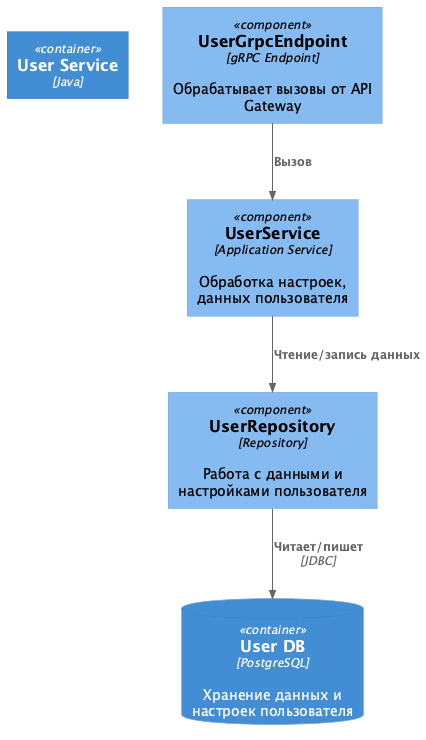
Above: docs/diagrams/component/UserService_Component.png in vladislavego/architecture-warmhouse (PlantUML), before the change. Its diagram source:
```plantuml
@startuml UserService_Component
!includeurl https://raw.githubusercontent.com/plantuml-stdlib/C4-PlantUML/master/C4_Component.puml

Container(userService, "User Service", "Java")

Component(api, "UserGrpcEndpoint", "gRPC Endpoint", "Обрабатывает вызовы от API Gateway")
Component(service, "UserService", "Application Service", "Обработка настроек, данных пользователя")
Component(repo, "UserRepository", "Repository", "Работа с данными и настройками пользователя")
ContainerDb(userDb, "User DB", "PostgreSQL", "Хранение данных и настроек пользователя")

Rel(api, service, "Вызов")
Rel(service, repo, "Чтение/запись данных")
Rel(repo, userDb, "Читает/пишет", "JDBC")

@enduml
```
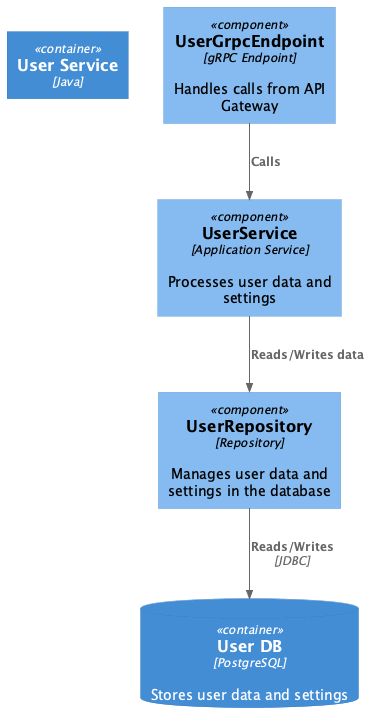
The same file after the commit.

What changed in the source:
```diff
@@ -3,13 +3,13 @@
 
 Container(userService, "User Service", "Java")
 
-Component(api, "UserGrpcEndpoint", "gRPC Endpoint", "Обрабатывает вызовы от API Gateway")
-Component(service, "UserService", "Application Service", "Обработка настроек, данных пользователя")
-Component(repo, "UserRepository", "Repository", "Работа с данными и настройками пользователя")
-ContainerDb(userDb, "User DB", "PostgreSQL", "Хранение данных и настроек пользователя")
+Component(api, "UserGrpcEndpoint", "gRPC Endpoint", "Handles calls from API Gateway")
+Component(service, "UserService", "Application Service", "Processes user data and settings")
+Component(repo, "UserRepository", "Repository", "Manages user data and settings in the database")
+ContainerDb(userDb, "User DB", "PostgreSQL", "Stores user data and settings")
 
-Rel(api, service, "Вызов")
-Rel(service, repo, "Чтение/запись данных")
-Rel(repo, userDb, "Читает/пишет", "JDBC")
+Rel(api, service, "Calls")
+Rel(service, repo, "Reads/Writes data")
+Rel(repo, userDb, "Reads/Writes", "JDBC")
 
 @enduml
```
